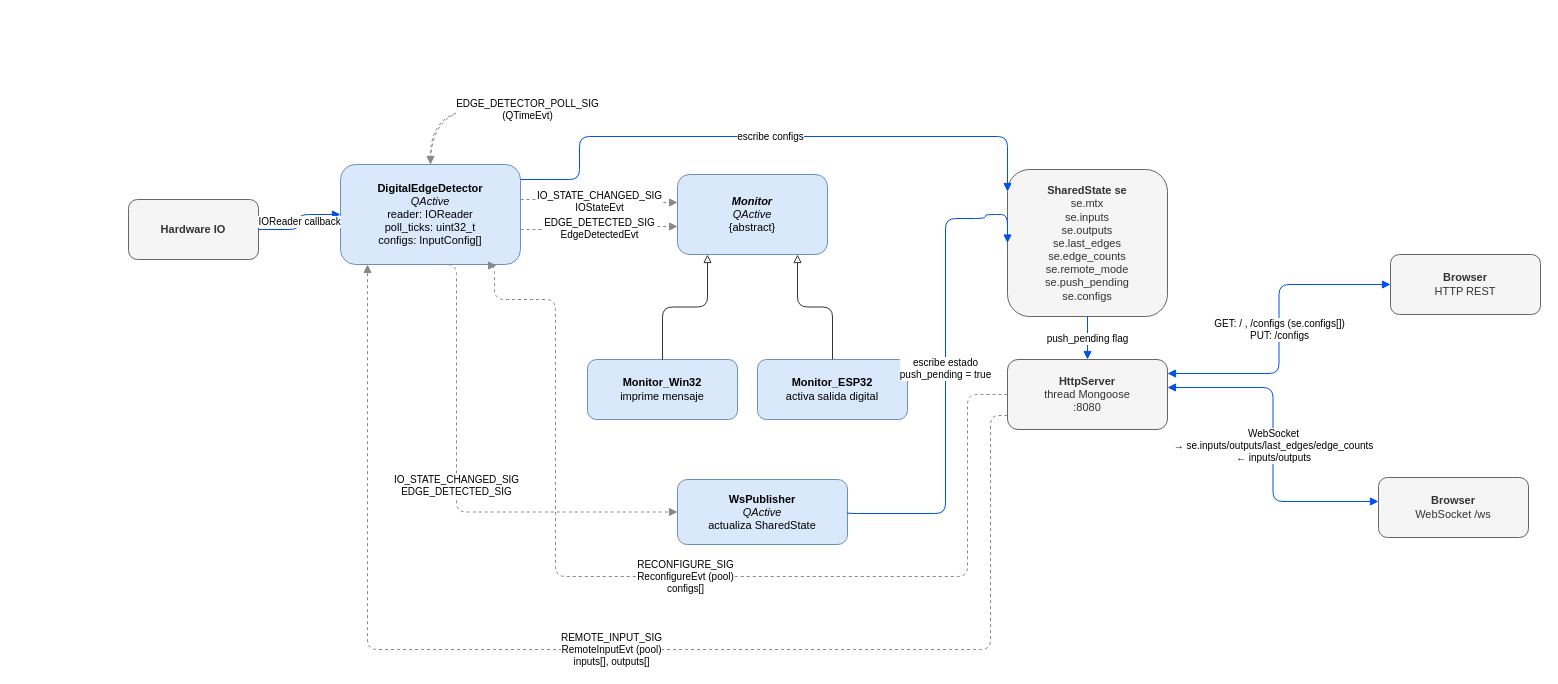
This is docs/sistema.drawio from peperono/digital_inputs_detector, a draw.io file, before an edit. Source tidied: cells renumbered, new cells numbered last; positions are measured from the earlier drawing's top-left corner, leaving out a move shared by most shapes. Both pictures are drawn from the tidied source at 100%, with x=0, y=0 at pixel (128, 109).
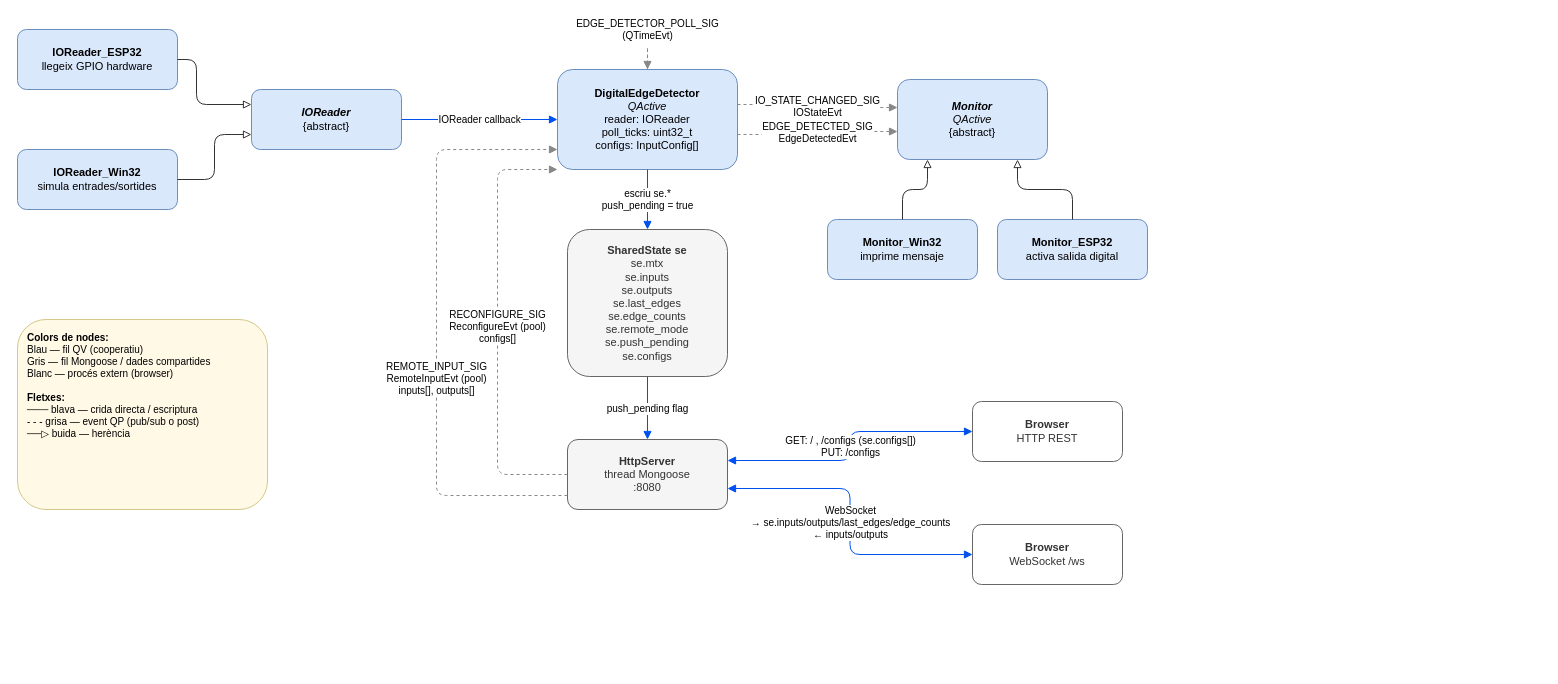
After the change.

Commit message (it also covers changes not shown here):
Eliminar WsPublisher, escriptura directa a SharedState, millores diagrama i validació

Change to the diagram source:
```diff
@@
-    <mxCell id="2" value="Hardware IO" style="rounded=1;whiteSpace=wrap;html=1;fillColor=#f5f5f5;strokeColor=#666666;fontColor=#333333;fontStyle=1;fontSize=11;" parent="1" vertex="1">
-      <mxGeometry y="90" width="130" height="60" as="geometry" />
+    <mxCell id="2" value="&lt;b&gt;&lt;i&gt;IOReader&lt;/i&gt;&lt;/b&gt;&lt;div&gt;{abstract}&lt;/div&gt;" style="rounded=1;whiteSpace=wrap;html=1;fillColor=#dae8fc;strokeColor=#6c8ebf;fontSize=11;" parent="1" vertex="1">
+      <mxGeometry x="123" y="-20" width="150" height="60" as="geometry" />
     </mxCell>
+    <mxCell id="26" value="&lt;b&gt;IOReader_ESP32&lt;/b&gt;&lt;div&gt;llegeix GPIO hardware&lt;/div&gt;" style="rounded=1;whiteSpace=wrap;html=1;fillColor=#dae8fc;strokeColor=#6c8ebf;fontSize=11;" parent="1" vertex="1">
+      <mxGeometry x="-111" y="-80" width="160" height="60" as="geometry" />
+    </mxCell>
+    <mxCell id="27" value="&lt;b&gt;IOReader_Win32&lt;/b&gt;&lt;div&gt;simula entrades/sortides&lt;/div&gt;" style="rounded=1;whiteSpace=wrap;html=1;fillColor=#dae8fc;strokeColor=#6c8ebf;fontSize=11;" parent="1" vertex="1">
+      <mxGeometry x="-111" y="40" width="160" height="60" as="geometry" />
+    </mxCell>
+    <mxCell id="28" style="edgeStyle=orthogonalEdgeStyle;html=1;fontSize=10;strokeColor=#333333;endArrow=block;endFill=0;exitX=1;exitY=0.5;exitDx=0;exitDy=0;entryX=0;entryY=0.25;entryDx=0;entryDy=0;" parent="1" edge="1" source="26" target="2">
+      <mxGeometry relative="1" as="geometry">
+        <Array as="points">
+          <mxPoint x="68" y="-50" />
+          <mxPoint x="68" y="-5" />
+        </Array>
+      </mxGeometry>
+    </mxCell>
+    <mxCell id="29" style="edgeStyle=orthogonalEdgeStyle;html=1;fontSize=10;strokeColor=#333333;endArrow=block;endFill=0;entryX=0;entryY=0.75;entryDx=0;entryDy=0;" parent="1" edge="1" source="27" target="2">
+      <mxGeometry relative="1" as="geometry" />
+    </mxCell>
     <mxCell id="3" value="&lt;b&gt;DigitalEdgeDetector&lt;/b&gt;&lt;div&gt;&lt;i&gt;QActive&lt;/i&gt;&lt;/div&gt;&lt;div&gt;reader: IOReader&lt;/div&gt;&lt;div&gt;poll_ticks: uint32_t&lt;/div&gt;&lt;div&gt;configs: InputConfig[]&lt;/div&gt;" style="rounded=1;whiteSpace=wrap;html=1;fillColor=#dae8fc;strokeColor=#6c8ebf;fontSize=11;" parent="1" vertex="1">
-      <mxGeometry x="212" y="55" width="180" height="100" as="geometry" />
+      <mxGeometry x="429" y="-40" width="180" height="100" as="geometry" />
     </mxCell>
     <mxCell id="4" value="&lt;b&gt;&lt;i&gt;Monitor&lt;/i&gt;&lt;/b&gt;&lt;div&gt;&lt;i&gt;QActive&lt;/i&gt;&lt;/div&gt;&lt;div&gt;{abstract}&lt;/div&gt;" style="rounded=1;whiteSpace=wrap;html=1;fillColor=#dae8fc;strokeColor=#6c8ebf;fontSize=11;" parent="1" vertex="1">
-      <mxGeometry x="549" y="65" width="150" height="80" as="geometry" />
+      <mxGeometry x="769" y="-30" width="150" height="80" as="geometry" />
     </mxCell>
     <mxCell id="5" value="&lt;b&gt;Monitor_Win32&lt;/b&gt;&lt;div&gt;imprime mensaje&lt;/div&gt;" style="rounded=1;whiteSpace=wrap;html=1;fillColor=#dae8fc;strokeColor=#6c8ebf;fontSize=11;" parent="1" vertex="1">
-      <mxGeometry x="459" y="250" width="150" height="60" as="geometry" />
+      <mxGeometry x="699" y="110" width="150" height="60" as="geometry" />
     </mxCell>
     <mxCell id="6" value="&lt;b&gt;Monitor_ESP32&lt;/b&gt;&lt;div&gt;activa salida digital&lt;/div&gt;" style="rounded=1;whiteSpace=wrap;html=1;fillColor=#dae8fc;strokeColor=#6c8ebf;fontSize=11;" parent="1" vertex="1">
-      <mxGeometry x="629" y="250" width="150" height="60" as="geometry" />
+      <mxGeometry x="869" y="110" width="150" height="60" as="geometry" />
     </mxCell>
@@
     <mxCell id="12" value="EDGE_DETECTOR_POLL_SIG&lt;div&gt;(QTimeEvt)&lt;/div&gt;" style="edgeStyle=orthogonalEdgeStyle;html=1;fontSize=10;strokeColor=#888888;endArrow=block;endFill=1;dashed=1;exitX=0.5;exitY=0;exitDx=0;exitDy=0;entryX=0.5;entryY=0;entryDx=0;entryDy=0;curved=1;" parent="1" edge="1" source="3" target="3">
       <mxGeometry relative="1" as="geometry">
         <Array as="points">
-          <mxPoint x="399" />
-          <mxPoint x="399" />
+          <mxPoint x="519" y="-80" />
+          <mxPoint x="519" y="-80" />
         </Array>
       </mxGeometry>
     </mxCell>
-    <mxCell id="13" value="&lt;b&gt;WsPublisher&lt;/b&gt;&lt;div&gt;&lt;i&gt;QActive&lt;/i&gt;&lt;/div&gt;&lt;div&gt;actualiza SharedState&lt;/div&gt;" style="rounded=1;whiteSpace=wrap;html=1;fillColor=#dae8fc;strokeColor=#6c8ebf;fontSize=11;" parent="1" vertex="1">
-      <mxGeometry x="549" y="370" width="170" height="65" as="geometry" />
-    </mxCell>
-    <mxCell id="14" value="IO_STATE_CHANGED_SIG&lt;div&gt;EDGE_DETECTED_SIG&lt;/div&gt;" style="edgeStyle=orthogonalEdgeStyle;html=1;fontSize=10;strokeColor=#888888;endArrow=block;endFill=1;dashed=1;exitX=0.5;exitY=1;exitDx=0;exitDy=0;entryX=0;entryY=0.5;entryDx=0;entryDy=0;" parent="1" edge="1" source="3" target="13">
-      <mxGeometry relative="1" as="geometry">
-        <Array as="points">
-          <mxPoint x="328" y="155" />
-          <mxPoint x="328" y="403" />
-        </Array>
-      </mxGeometry>
-    </mxCell>
     <mxCell id="15" value="&lt;b&gt;SharedState se&lt;/b&gt;&lt;div&gt;se.mtx&lt;/div&gt;&lt;div&gt;se.inputs&lt;/div&gt;&lt;div&gt;se.outputs&lt;/div&gt;&lt;div&gt;se.last_edges&lt;/div&gt;&lt;div&gt;se.edge_counts&lt;/div&gt;&lt;div&gt;se.remote_mode&lt;/div&gt;&lt;div&gt;se.push_pending&lt;/div&gt;&lt;div&gt;se.configs&lt;/div&gt;" style="rounded=1;whiteSpace=wrap;html=1;fillColor=#f5f5f5;strokeColor=#666666;fontColor=#333333;fontSize=11;" parent="1" vertex="1">
-      <mxGeometry x="879" y="60" width="160" height="147" as="geometry" />
+      <mxGeometry x="439" y="120" width="160" height="147" as="geometry" />
     </mxCell>
-    <mxCell id="16" value="escribe estado&lt;div&gt;push_pending = true&lt;/div&gt;" style="edgeStyle=orthogonalEdgeStyle;html=1;fontSize=10;strokeColor=#0050ef;endArrow=block;endFill=1;exitX=1;exitY=0.5;exitDx=0;exitDy=0;entryX=0;entryY=0.5;entryDx=0;entryDy=0;" parent="1" edge="1" source="13" target="15">
-      <mxGeometry relative="1" as="geometry">
-        <Array as="points">
-          <mxPoint x="719" y="404" />
-          <mxPoint x="817" y="404" />
-          <mxPoint x="817" y="109" />
-          <mxPoint x="857" y="109" />
-          <mxPoint x="857" y="105" />
-        </Array>
-      </mxGeometry>
-    </mxCell>
     <mxCell id="17" value="&lt;b&gt;HttpServer&lt;/b&gt;&lt;div&gt;thread Mongoose&lt;/div&gt;&lt;div&gt;:8080&lt;/div&gt;" style="rounded=1;whiteSpace=wrap;html=1;fillColor=#f5f5f5;strokeColor=#666666;fontColor=#333333;fontSize=11;" parent="1" vertex="1">
-      <mxGeometry x="879" y="250" width="160" height="70" as="geometry" />
+      <mxGeometry x="439" y="330" width="160" height="70" as="geometry" />
     </mxCell>
-    <mxCell id="18" value="&lt;b&gt;Browser&lt;/b&gt;&lt;div&gt;WebSocket /ws&lt;/div&gt;" style="rounded=1;whiteSpace=wrap;html=1;fillColor=#f5f5f5;strokeColor=#666666;fontColor=#333333;fontSize=11;" parent="1" vertex="1">
-      <mxGeometry x="1250" y="368" width="150" height="60" as="geometry" />
+    <mxCell id="18" value="&lt;b&gt;Browser&lt;/b&gt;&lt;div&gt;WebSocket /ws&lt;/div&gt;" style="rounded=1;whiteSpace=wrap;html=1;fillColor=#ffffff;strokeColor=#666666;fontColor=#333333;fontSize=11;" parent="1" vertex="1">
+      <mxGeometry x="844" y="415" width="150" height="60" as="geometry" />
     </mxCell>
-    <mxCell id="19" value="&lt;b&gt;Browser&lt;/b&gt;&lt;div&gt;HTTP REST&lt;/div&gt;" style="rounded=1;whiteSpace=wrap;html=1;fillColor=#f5f5f5;strokeColor=#666666;fontColor=#333333;fontSize=11;" parent="1" vertex="1">
-      <mxGeometry x="1262" y="145" width="150" height="60" as="geometry" />
+    <mxCell id="19" value="&lt;b&gt;Browser&lt;/b&gt;&lt;div&gt;HTTP REST&lt;/div&gt;" style="rounded=1;whiteSpace=wrap;html=1;fillColor=#ffffff;strokeColor=#666666;fontColor=#333333;fontSize=11;" parent="1" vertex="1">
+      <mxGeometry x="844" y="292" width="150" height="60" as="geometry" />
     </mxCell>
@@
-    <mxCell id="21" value="WebSocket&lt;div&gt;→ se.inputs/outputs/last_edges/edge_counts&lt;/div&gt;&lt;div&gt;← inputs/outputs&lt;/div&gt;" style="edgeStyle=orthogonalEdgeStyle;html=1;fontSize=10;strokeColor=#0050ef;startArrow=block;startFill=1;endArrow=block;endFill=1;exitX=1;exitY=0.4;exitDx=0;exitDy=0;entryX=0;entryY=0.4;entryDx=0;entryDy=0;" parent="1" edge="1" source="17" target="18">
+    <mxCell id="21" value="WebSocket&lt;div&gt;→ se.inputs/outputs/last_edges/edge_counts&lt;/div&gt;&lt;div&gt;← inputs/outputs&lt;/div&gt;" style="edgeStyle=orthogonalEdgeStyle;html=1;fontSize=10;strokeColor=#0050ef;startArrow=block;startFill=1;endArrow=block;endFill=1;exitX=1;exitY=0.7;exitDx=0;exitDy=0;entryX=0;entryY=0.5;entryDx=0;entryDy=0;" parent="1" edge="1" source="17" target="18">
       <mxGeometry relative="1" as="geometry" />
     </mxCell>
-    <mxCell id="22" value="GET: / , /configs (se.configs[])&lt;div&gt;PUT: /configs&lt;/div&gt;" style="edgeStyle=orthogonalEdgeStyle;html=1;fontSize=10;strokeColor=#0050ef;startArrow=block;startFill=1;endArrow=block;endFill=1;exitX=0;exitY=0.5;exitDx=0;exitDy=0;entryX=1;entryY=0.2;entryDx=0;entryDy=0;" parent="1" edge="1" source="19" target="17">
+    <mxCell id="22" value="GET: / , /configs (se.configs[])&lt;div&gt;PUT: /configs&lt;/div&gt;" style="edgeStyle=orthogonalEdgeStyle;html=1;fontSize=10;strokeColor=#0050ef;startArrow=block;startFill=1;endArrow=block;endFill=1;exitX=0;exitY=0.5;exitDx=0;exitDy=0;entryX=1;entryY=0.3;entryDx=0;entryDy=0;" parent="1" edge="1" source="19" target="17">
       <mxGeometry relative="1" as="geometry" />
     </mxCell>
-    <mxCell id="23" value="RECONFIGURE_SIG&lt;div&gt;ReconfigureEvt (pool)&lt;/div&gt;&lt;div&gt;configs[]&lt;/div&gt;" style="edgeStyle=orthogonalEdgeStyle;html=1;fontSize=10;strokeColor=#888888;endArrow=block;endFill=1;dashed=1;exitX=0;exitY=0.5;exitDx=0;exitDy=0;entryX=0.867;entryY=1.01;entryDx=0;entryDy=0;entryPerimeter=0;" parent="1" edge="1" source="17" target="3">
+    <mxCell id="23" value="RECONFIGURE_SIG&lt;div&gt;ReconfigureEvt (pool)&lt;/div&gt;&lt;div&gt;configs[]&lt;/div&gt;" style="edgeStyle=orthogonalEdgeStyle;html=1;fontSize=10;strokeColor=#888888;endArrow=block;endFill=1;dashed=1;exitX=0;exitY=0.5;exitDx=0;exitDy=0;entryX=0;entryY=1;entryDx=0;entryDy=0;" parent="1" edge="1" source="17" target="3">
       <mxGeometry relative="1" as="geometry">
         <Array as="points">
-          <mxPoint x="839" y="285" />
-          <mxPoint x="839" y="467" />
-          <mxPoint x="427" y="467" />
-          <mxPoint x="427" y="190" />
-          <mxPoint x="366" y="190" />
-          <mxPoint x="366" y="156" />
+          <mxPoint x="369" y="365" />
+          <mxPoint x="369" y="60" />
         </Array>
       </mxGeometry>
     </mxCell>
-    <mxCell id="24" value="escribe configs" style="edgeStyle=orthogonalEdgeStyle;html=1;fontSize=10;strokeColor=#0050ef;endArrow=block;endFill=1;exitX=1;exitY=0.15;exitDx=0;exitDy=0;entryX=0;entryY=0.15;entryDx=0;entryDy=0;" parent="1" edge="1" source="3" target="15">
-      <mxGeometry relative="1" as="geometry">
-        <Array as="points">
-          <mxPoint x="451" y="70" />
-          <mxPoint x="451" y="27" />
-          <mxPoint x="879" y="27" />
-        </Array>
-      </mxGeometry>
+    <mxCell id="24" value="escriu se.*&lt;div&gt;push_pending = true&lt;/div&gt;" style="edgeStyle=orthogonalEdgeStyle;html=1;fontSize=10;strokeColor=#0050ef;endArrow=block;endFill=1;exitX=0.5;exitY=1;exitDx=0;exitDy=0;entryX=0.5;entryY=0;entryDx=0;entryDy=0;" parent="1" edge="1" source="3" target="15">
+      <mxGeometry relative="1" as="geometry" />
     </mxCell>
-    <mxCell id="25" value="REMOTE_INPUT_SIG&lt;div&gt;RemoteInputEvt (pool)&lt;/div&gt;&lt;div&gt;inputs[], outputs[]&lt;/div&gt;" style="edgeStyle=orthogonalEdgeStyle;html=1;fontSize=10;strokeColor=#888888;endArrow=block;endFill=1;dashed=1;exitX=0;exitY=0.8;exitDx=0;exitDy=0;entryX=0.15;entryY=1;entryDx=0;entryDy=0;" parent="1" edge="1" source="17" target="3">
-      <mxGeometry relative="1" as="geometry">
+    <mxCell id="25" value="REMOTE_INPUT_SIG&lt;div&gt;RemoteInputEvt (pool)&lt;/div&gt;&lt;div&gt;inputs[], outputs[]&lt;/div&gt;" style="edgeStyle=orthogonalEdgeStyle;html=1;fontSize=10;strokeColor=#888888;endArrow=block;endFill=1;dashed=1;exitX=0;exitY=0.8;exitDx=0;exitDy=0;entryX=0;entryY=0.8;entryDx=0;entryDy=0;" parent="1" edge="1" source="17" target="3">
+      <mxGeometry x="-0.17" relative="1" as="geometry">
         <Array as="points">
-          <mxPoint x="862" y="306" />
-          <mxPoint x="862" y="540" />
-          <mxPoint x="239" y="540" />
+          <mxPoint x="308" y="386" />
+          <mxPoint x="308" y="40" />
         </Array>
       </mxGeometry>
     </mxCell>
+    <mxCell id="30" value="&lt;div&gt;&lt;b&gt;Colors de nodes:&lt;/b&gt;&lt;/div&gt;&lt;div&gt;Blau — fil QV (cooperatiu)&lt;/div&gt;&lt;div&gt;Gris — fil Mongoose / dades compartides&lt;/div&gt;&lt;div&gt;Blanc — procés extern (browser)&lt;/div&gt;&lt;div&gt;&lt;br&gt;&lt;/div&gt;&lt;div&gt;&lt;b&gt;Fletxes:&lt;/b&gt;&lt;/div&gt;&lt;div&gt;─── blava — crida directa / escriptura&lt;/div&gt;&lt;div&gt;- - - grisa — event QP (pub/sub o post)&lt;/div&gt;&lt;div&gt;──▷ buida — herència&lt;/div&gt;" style="rounded=1;whiteSpace=wrap;html=1;fillColor=#fff9e6;strokeColor=#d4c98a;fontSize=10;align=left;verticalAlign=top;spacingLeft=8;spacingTop=6;" parent="1" vertex="1">
+      <mxGeometry x="-111" y="210" width="250" height="190" as="geometry" />
+    </mxCell>
```
